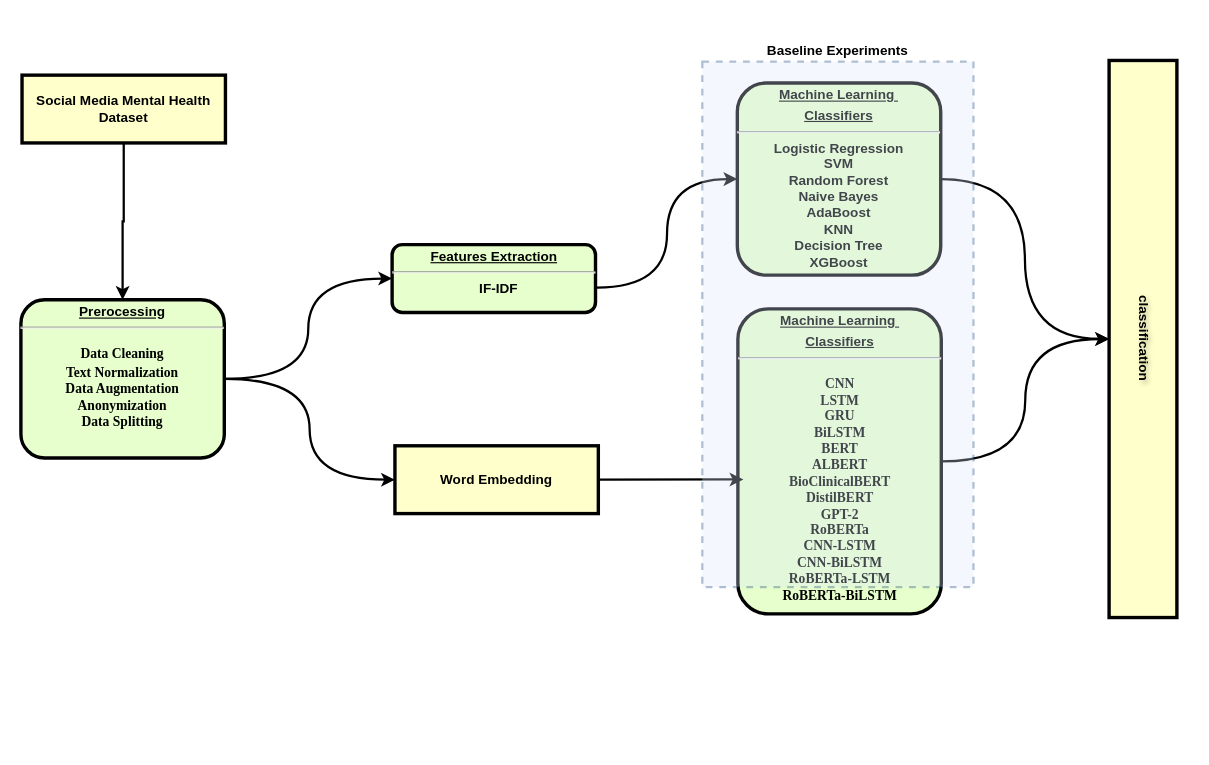
Before: 未命名绘图.drawio in JinboYao/mentalHealthPrediction, a draw.io diagram. Source tidied: cells renumbered, new cells numbered last; positions are measured from the earlier drawing's top-left corner, leaving out a move shared by most shapes. Both pictures are drawn from the tidied source at 113%, with x=0, y=0 at pixel (20, 60).
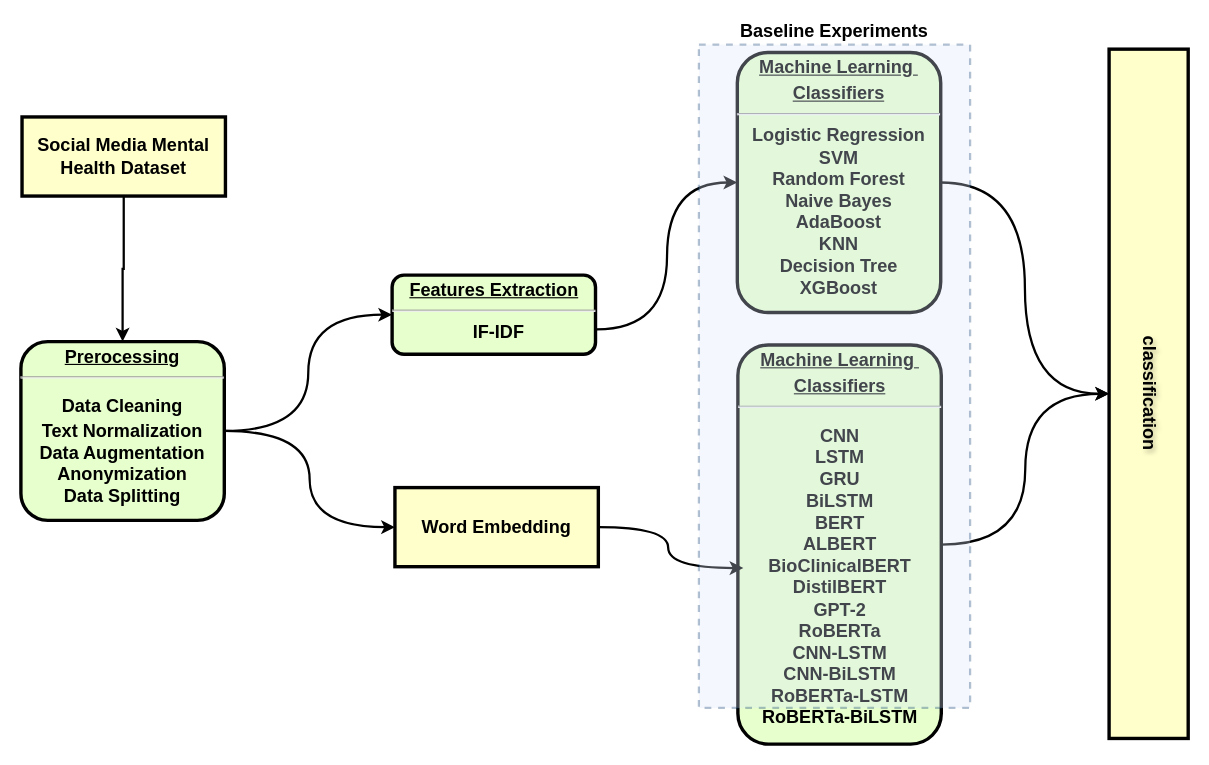
The same page after the edit.

Commit message:
更新未命名绘图.drawio

What changed in the source:
```diff
@@
 <mxGraphModel>
   <root>
     <mxCell id="0" />
     <mxCell id="1" parent="0" />
     <mxCell id="2" style="edgeStyle=orthogonalEdgeStyle;rounded=0;jettySize=auto;html=1;verticalAlign=top;strokeWidth=2;strokeColor=#000000;" parent="1" edge="1" source="3" target="6">
       <mxGeometry relative="1" as="geometry" />
     </mxCell>
-    <mxCell id="3" value="Social Media Mental Health Dataset" style="whiteSpace=wrap;align=center;verticalAlign=middle;fontStyle=1;strokeWidth=3;fillColor=#FFFFCC;" parent="1" vertex="1">
-      <mxGeometry x="1" y="13" width="180" height="60" as="geometry" />
+    <mxCell id="3" value="Social Media Mental Health Dataset" style="whiteSpace=wrap;align=center;verticalAlign=middle;fontStyle=1;strokeWidth=3;fillColor=#FFFFCC;fontSize=16;fontFamily=Helvetica;" parent="1" vertex="1">
+      <mxGeometry x="1" y="50" width="180" height="70" as="geometry" />
     </mxCell>
     <mxCell id="4" style="edgeStyle=orthogonalEdgeStyle;rounded=0;jettySize=auto;html=1;exitX=1;exitY=0.5;exitDx=0;exitDy=0;entryX=0;entryY=0.5;entryDx=0;entryDy=0;curved=1;strokeWidth=2;" parent="1" edge="1" source="6" target="8">
       <mxGeometry relative="1" as="geometry" />
     </mxCell>
     <mxCell id="5" style="edgeStyle=orthogonalEdgeStyle;rounded=0;jettySize=auto;html=1;entryX=0;entryY=0.5;entryDx=0;entryDy=0;curved=1;strokeWidth=2;" parent="1" edge="1" source="6" target="13">
       <mxGeometry relative="1" as="geometry" />
     </mxCell>
-    <mxCell id="6" value="&lt;p style=&quot;margin: 0px; margin-top: 4px; text-align: center; text-decoration: underline;&quot;&gt;&lt;strong&gt;Prerocessing&lt;br&gt;&lt;/strong&gt;&lt;/p&gt;&lt;hr&gt;&lt;h4 style=&quot;margin-top: 11pt; margin-bottom: 2pt;&quot;&gt;&lt;font style=&quot;font-size: 12px;&quot;&gt;&lt;span style=&quot;font-family: &amp;quot;Times New Roman&amp;quot;;&quot; dir=&quot;LTR&quot;&gt;Data Cleaning&lt;/span&gt;&lt;span style=&quot;font-family: &amp;quot;Times New Roman&amp;quot;;&quot;&gt;&lt;/span&gt;&lt;/font&gt;&lt;/h4&gt;&lt;div style=&quot;&quot;&gt;&lt;span style=&quot;font-family: &amp;quot;Times New Roman&amp;quot;;&quot; dir=&quot;LTR&quot;&gt;&lt;font style=&quot;font-size: 12px;&quot;&gt;Text Normalization&lt;/font&gt;&lt;/span&gt;&lt;/div&gt;&lt;div style=&quot;&quot;&gt;&lt;span style=&quot;font-family: &amp;quot;Times New Roman&amp;quot;; background-color: initial;&quot;&gt;&lt;font style=&quot;font-size: 12px;&quot;&gt;Data Augmentation&lt;/font&gt;&lt;/span&gt;&lt;/div&gt;&lt;div style=&quot;&quot;&gt;&lt;span style=&quot;font-family: &amp;quot;Times New Roman&amp;quot;; background-color: initial;&quot;&gt;&lt;font style=&quot;font-size: 12px;&quot;&gt;Anonymization&lt;/font&gt;&lt;/span&gt;&lt;/div&gt;&lt;div style=&quot;&quot;&gt;&lt;span style=&quot;font-family: &amp;quot;Times New Roman&amp;quot;; background-color: initial;&quot;&gt;&lt;font style=&quot;font-size: 12px;&quot;&gt;Data Splitting&lt;/font&gt;&lt;/span&gt;&lt;/div&gt;&lt;div style=&quot;&quot;&gt;&lt;span style=&quot;font-size: 10.5pt; font-family: &amp;quot;Times New Roman&amp;quot;; background-color: initial;&quot;&gt;&lt;br&gt;&lt;/span&gt;&lt;/div&gt;" style="verticalAlign=middle;align=center;overflow=fill;fontSize=12;fontFamily=Helvetica;html=1;rounded=1;fontStyle=1;strokeWidth=3;fillColor=#E6FFCC;" parent="1" vertex="1">
-      <mxGeometry y="211.8" width="180" height="140" as="geometry" />
+    <mxCell id="6" value="&lt;p style=&quot;margin: 4px 0px 0px; text-align: center; text-decoration: underline; font-size: 16px;&quot;&gt;&lt;strong style=&quot;font-size: 16px;&quot;&gt;&lt;font face=&quot;Helvetica&quot;&gt;Prerocessing&lt;br style=&quot;font-size: 16px;&quot;&gt;&lt;/font&gt;&lt;/strong&gt;&lt;/p&gt;&lt;hr style=&quot;font-size: 16px;&quot;&gt;&lt;h4 style=&quot;margin-top: 11pt; margin-bottom: 2pt; font-size: 16px;&quot;&gt;&lt;font face=&quot;jxqruCleWa-Uz67P-Egc&quot; style=&quot;font-size: 16px;&quot;&gt;&lt;span style=&quot;font-size: 16px;&quot; dir=&quot;LTR&quot;&gt;Data Cleaning&lt;/span&gt;&lt;span style=&quot;font-size: 16px;&quot;&gt;&lt;/span&gt;&lt;/font&gt;&lt;/h4&gt;&lt;div style=&quot;font-size: 16px;&quot;&gt;&lt;span style=&quot;font-size: 16px;&quot; dir=&quot;LTR&quot;&gt;&lt;font face=&quot;jxqruCleWa-Uz67P-Egc&quot; style=&quot;font-size: 16px;&quot;&gt;Text Normalization&lt;/font&gt;&lt;/span&gt;&lt;/div&gt;&lt;div style=&quot;font-size: 16px;&quot;&gt;&lt;span style=&quot;background-color: initial; font-size: 16px;&quot;&gt;&lt;font face=&quot;jxqruCleWa-Uz67P-Egc&quot; style=&quot;font-size: 16px;&quot;&gt;Data Augmentation&lt;/font&gt;&lt;/span&gt;&lt;/div&gt;&lt;div style=&quot;font-size: 16px;&quot;&gt;&lt;span style=&quot;background-color: initial; font-size: 16px;&quot;&gt;&lt;font face=&quot;jxqruCleWa-Uz67P-Egc&quot; style=&quot;font-size: 16px;&quot;&gt;Anonymization&lt;/font&gt;&lt;/span&gt;&lt;/div&gt;&lt;div style=&quot;font-size: 16px;&quot;&gt;&lt;span style=&quot;background-color: initial; font-size: 16px;&quot;&gt;&lt;font face=&quot;jxqruCleWa-Uz67P-Egc&quot; style=&quot;font-size: 16px;&quot;&gt;Data Splitting&lt;/font&gt;&lt;/span&gt;&lt;/div&gt;&lt;div style=&quot;font-size: 16px;&quot;&gt;&lt;span style=&quot;font-size: 16px; font-family: &amp;quot;Times New Roman&amp;quot;; background-color: initial;&quot;&gt;&lt;br style=&quot;font-size: 16px;&quot;&gt;&lt;/span&gt;&lt;/div&gt;" style="verticalAlign=middle;align=center;overflow=fill;fontSize=16;fontFamily=Helvetica;html=1;rounded=1;fontStyle=1;strokeWidth=3;fillColor=#E6FFCC;" parent="1" vertex="1">
+      <mxGeometry y="248.8" width="180" height="158.2" as="geometry" />
     </mxCell>
     <mxCell id="7" style="edgeStyle=orthogonalEdgeStyle;rounded=0;jettySize=auto;html=1;exitX=1;exitY=0.5;exitDx=0;exitDy=0;entryX=0;entryY=0.5;entryDx=0;entryDy=0;curved=1;strokeWidth=2;" parent="1" edge="1" target="10">
       <mxGeometry relative="1" as="geometry">
-        <mxPoint x="508.5" y="201" as="sourcePoint" />
+        <mxPoint x="508.5" y="238" as="sourcePoint" />
       </mxGeometry>
     </mxCell>
-    <mxCell id="8" value="&lt;p style=&quot;margin: 0px; margin-top: 4px; text-align: center; text-decoration: underline;&quot;&gt;&lt;strong&gt;Features Extraction&lt;/strong&gt;&lt;/p&gt;&lt;hr&gt;&lt;p style=&quot;margin: 0px; margin-left: 8px;&quot;&gt;IF-IDF&lt;/p&gt;" style="verticalAlign=middle;align=center;overflow=fill;fontSize=12;fontFamily=Helvetica;html=1;rounded=1;fontStyle=1;strokeWidth=3;fillColor=#E6FFCC;" parent="1" vertex="1">
-      <mxGeometry x="328.5" y="163" width="180" height="60" as="geometry" />
+    <mxCell id="8" value="&lt;p style=&quot;margin: 4px 0px 0px; text-align: center; text-decoration: underline; font-size: 16px;&quot;&gt;&lt;strong style=&quot;font-size: 16px;&quot;&gt;&lt;font face=&quot;Helvetica&quot;&gt;Features Extraction&lt;/font&gt;&lt;/strong&gt;&lt;/p&gt;&lt;hr style=&quot;font-size: 16px;&quot;&gt;&lt;p style=&quot;margin: 0px 0px 0px 8px; font-size: 16px;&quot;&gt;&lt;font face=&quot;DqDdRKLvFF2xLu6nzbZL&quot;&gt;IF-IDF&lt;/font&gt;&lt;/p&gt;" style="verticalAlign=middle;align=center;overflow=fill;fontSize=16;fontFamily=Helvetica;html=1;rounded=1;fontStyle=1;strokeWidth=3;fillColor=#E6FFCC;" parent="1" vertex="1">
+      <mxGeometry x="328.5" y="190" width="180" height="70" as="geometry" />
     </mxCell>
     <mxCell id="9" style="edgeStyle=orthogonalEdgeStyle;rounded=0;jettySize=auto;html=1;exitX=1;exitY=0.5;exitDx=0;exitDy=0;entryX=0.5;entryY=1;entryDx=0;entryDy=0;curved=1;strokeWidth=2;" parent="1" edge="1" source="10" target="14">
       <mxGeometry relative="1" as="geometry" />
     </mxCell>
-    <mxCell id="10" value="&lt;p style=&quot;margin: 4px 0px 0px; text-decoration: underline;&quot;&gt;Machine Learning&amp;nbsp;&lt;/p&gt;&lt;p style=&quot;margin: 4px 0px 0px; text-decoration: underline;&quot;&gt;Classifiers&lt;/p&gt;&lt;hr&gt;&lt;div style=&quot;&quot;&gt;&lt;font style=&quot;font-size: 12px;&quot; face=&quot;宋体&quot;&gt;Logistic Regression&lt;/font&gt;&lt;/div&gt;&lt;div style=&quot;&quot;&gt;&lt;font style=&quot;font-size: 12px;&quot; face=&quot;宋体&quot;&gt;SVM&lt;/font&gt;&lt;/div&gt;&lt;div style=&quot;&quot;&gt;&lt;font style=&quot;font-size: 12px;&quot; face=&quot;宋体&quot;&gt;Random Forest&lt;/font&gt;&lt;/div&gt;&lt;div style=&quot;&quot;&gt;&lt;font style=&quot;font-size: 12px;&quot; face=&quot;宋体&quot;&gt;Naive Bayes&lt;/font&gt;&lt;/div&gt;&lt;div style=&quot;&quot;&gt;&lt;font style=&quot;font-size: 12px;&quot; face=&quot;宋体&quot;&gt;AdaBoost&lt;/font&gt;&lt;/div&gt;&lt;div style=&quot;&quot;&gt;&lt;font style=&quot;font-size: 12px;&quot; face=&quot;宋体&quot;&gt;KNN&lt;/font&gt;&lt;/div&gt;&lt;div style=&quot;&quot;&gt;&lt;font style=&quot;font-size: 12px;&quot; face=&quot;宋体&quot;&gt;Decision Tree&lt;/font&gt;&lt;/div&gt;&lt;div style=&quot;&quot;&gt;&lt;font style=&quot;font-size: 12px;&quot; face=&quot;宋体&quot;&gt;XGBoost&lt;/font&gt;&lt;/div&gt;" style="verticalAlign=middle;align=center;overflow=fill;fontSize=12;fontFamily=Helvetica;html=1;rounded=1;fontStyle=1;strokeWidth=3;fillColor=#E6FFCC;" parent="1" vertex="1">
-      <mxGeometry x="634" y="20" width="180" height="170" as="geometry" />
+    <mxCell id="10" value="&lt;p style=&quot;margin: 4px 0px 0px; text-decoration: underline; font-size: 16px;&quot;&gt;&lt;font face=&quot;Helvetica&quot;&gt;Machine Learning&amp;nbsp;&lt;/font&gt;&lt;/p&gt;&lt;p style=&quot;margin: 4px 0px 0px; text-decoration: underline; font-size: 16px;&quot;&gt;&lt;font face=&quot;r1QTL9zH0StNO05adeCt&quot;&gt;Classifiers&lt;/font&gt;&lt;/p&gt;&lt;hr style=&quot;font-size: 16px;&quot;&gt;&lt;div style=&quot;font-size: 16px;&quot;&gt;&lt;font face=&quot;Helvetica&quot; style=&quot;font-size: 16px;&quot;&gt;Logistic Regression&lt;/font&gt;&lt;/div&gt;&lt;div style=&quot;font-size: 16px;&quot;&gt;&lt;font face=&quot;Jhj7KMNMLrSjtNdsGEg8&quot; style=&quot;font-size: 16px;&quot;&gt;SVM&lt;/font&gt;&lt;/div&gt;&lt;div style=&quot;font-size: 16px;&quot;&gt;&lt;font face=&quot;Jhj7KMNMLrSjtNdsGEg8&quot; style=&quot;font-size: 16px;&quot;&gt;Random Forest&lt;/font&gt;&lt;/div&gt;&lt;div style=&quot;font-size: 16px;&quot;&gt;&lt;font face=&quot;Jhj7KMNMLrSjtNdsGEg8&quot; style=&quot;font-size: 16px;&quot;&gt;Naive Bayes&lt;/font&gt;&lt;/div&gt;&lt;div style=&quot;font-size: 16px;&quot;&gt;&lt;font face=&quot;Jhj7KMNMLrSjtNdsGEg8&quot; style=&quot;font-size: 16px;&quot;&gt;AdaBoost&lt;/font&gt;&lt;/div&gt;&lt;div style=&quot;font-size: 16px;&quot;&gt;&lt;font face=&quot;Jhj7KMNMLrSjtNdsGEg8&quot; style=&quot;font-size: 16px;&quot;&gt;KNN&lt;/font&gt;&lt;/div&gt;&lt;div style=&quot;font-size: 16px;&quot;&gt;&lt;font face=&quot;Jhj7KMNMLrSjtNdsGEg8&quot; style=&quot;font-size: 16px;&quot;&gt;Decision Tree&lt;/font&gt;&lt;/div&gt;&lt;div style=&quot;font-size: 16px;&quot;&gt;&lt;font face=&quot;Jhj7KMNMLrSjtNdsGEg8&quot; style=&quot;font-size: 16px;&quot;&gt;XGBoost&lt;/font&gt;&lt;/div&gt;" style="verticalAlign=middle;align=center;overflow=fill;fontSize=16;fontFamily=Helvetica;html=1;rounded=1;fontStyle=1;strokeWidth=3;fillColor=#E6FFCC;" parent="1" vertex="1">
+      <mxGeometry x="634" y="-7" width="180" height="230" as="geometry" />
     </mxCell>
     <mxCell id="11" style="edgeStyle=orthogonalEdgeStyle;rounded=0;jettySize=auto;html=1;exitX=1;exitY=0.5;exitDx=0;exitDy=0;strokeWidth=2;curved=1;entryX=0.5;entryY=1;entryDx=0;entryDy=0;" parent="1" edge="1" source="12" target="14">
       <mxGeometry relative="1" as="geometry" />
     </mxCell>
-    <mxCell id="12" value="&lt;p style=&quot;text-decoration-line: underline; margin: 4px 0px 0px;&quot;&gt;&lt;font style=&quot;font-size: 12px;&quot;&gt;Machine Learning&amp;nbsp;&lt;/font&gt;&lt;/p&gt;&lt;p style=&quot;text-decoration-line: underline; margin: 4px 0px 0px;&quot;&gt;&lt;font style=&quot;font-size: 12px;&quot;&gt;Classifiers&lt;/font&gt;&lt;/p&gt;&lt;hr&gt;&lt;p style=&quot;margin-top: 11pt; margin-bottom: 2pt;&quot;&gt;&lt;font style=&quot;font-size: 12px;&quot;&gt;&lt;font style=&quot;font-size: 12px;&quot; face=&quot;Times New Roman&quot;&gt;CNN&lt;br&gt;&lt;/font&gt;&lt;font style=&quot;font-size: 12px;&quot; face=&quot;Times New Roman&quot;&gt;LSTM&lt;br&gt;&lt;/font&gt;&lt;font style=&quot;font-size: 12px;&quot; face=&quot;Times New Roman&quot;&gt;GRU&lt;br&gt;&lt;/font&gt;&lt;font style=&quot;font-size: 12px;&quot; face=&quot;Times New Roman&quot;&gt;BiLSTM&lt;br&gt;&lt;/font&gt;&lt;font style=&quot;font-size: 12px;&quot; face=&quot;Times New Roman&quot;&gt;BERT&lt;br&gt;&lt;/font&gt;&lt;font style=&quot;font-size: 12px;&quot; face=&quot;Times New Roman&quot;&gt;ALBERT&lt;br&gt;&lt;/font&gt;&lt;font style=&quot;font-size: 12px;&quot; face=&quot;Times New Roman&quot;&gt;BioClinicalBERT&lt;br&gt;&lt;/font&gt;&lt;font style=&quot;font-size: 12px;&quot; face=&quot;Times New Roman&quot;&gt;DistilBERT&lt;br&gt;&lt;/font&gt;&lt;font style=&quot;font-size: 12px;&quot; face=&quot;Times New Roman&quot;&gt;GPT-2&lt;br&gt;&lt;/font&gt;&lt;font style=&quot;font-size: 12px;&quot; face=&quot;Times New Roman&quot;&gt;RoBERTa&lt;br&gt;&lt;/font&gt;&lt;font style=&quot;font-size: 12px;&quot; face=&quot;Times New Roman&quot;&gt;CNN-LSTM&lt;br&gt;&lt;/font&gt;&lt;font style=&quot;font-size: 12px;&quot; face=&quot;Times New Roman&quot;&gt;CNN-BiLSTM&lt;br&gt;&lt;/font&gt;&lt;font style=&quot;font-size: 12px;&quot; face=&quot;Times New Roman&quot;&gt;RoBERTa-LSTM&lt;br&gt;&lt;/font&gt;&lt;font style=&quot;font-size: 12px;&quot; face=&quot;Times New Roman&quot;&gt;RoBERTa-BiLSTM&lt;/font&gt;&lt;/font&gt;&lt;/p&gt;" style="verticalAlign=middle;align=center;overflow=fill;fontSize=12;fontFamily=Helvetica;html=1;rounded=1;fontStyle=1;strokeWidth=3;fillColor=#E6FFCC;" parent="1" vertex="1">
-      <mxGeometry x="634.5" y="219.8" width="180" height="270" as="geometry" />
+    <mxCell id="12" value="&lt;p style=&quot;text-decoration-line: underline; margin: 4px 0px 0px; font-size: 16px;&quot;&gt;&lt;font face=&quot;Helvetica&quot; style=&quot;font-size: 16px;&quot;&gt;Machine Learning&amp;nbsp;&lt;/font&gt;&lt;/p&gt;&lt;p style=&quot;text-decoration-line: underline; margin: 4px 0px 0px; font-size: 16px;&quot;&gt;&lt;font face=&quot;hfR8AvPXIUC468f-BFwY&quot; style=&quot;font-size: 16px;&quot;&gt;Classifiers&lt;/font&gt;&lt;/p&gt;&lt;hr style=&quot;font-size: 16px;&quot;&gt;&lt;p style=&quot;margin-top: 11pt; margin-bottom: 2pt; font-size: 16px;&quot;&gt;&lt;font face=&quot;Helvetica&quot; style=&quot;font-size: 16px;&quot;&gt;&lt;font style=&quot;font-size: 16px;&quot;&gt;CNN&lt;br style=&quot;font-size: 16px;&quot;&gt;&lt;/font&gt;&lt;font style=&quot;font-size: 16px;&quot;&gt;LSTM&lt;br style=&quot;font-size: 16px;&quot;&gt;&lt;/font&gt;&lt;font style=&quot;font-size: 16px;&quot;&gt;GRU&lt;br style=&quot;font-size: 16px;&quot;&gt;&lt;/font&gt;&lt;font style=&quot;font-size: 16px;&quot;&gt;BiLSTM&lt;br style=&quot;font-size: 16px;&quot;&gt;&lt;/font&gt;&lt;font style=&quot;font-size: 16px;&quot;&gt;BERT&lt;br style=&quot;font-size: 16px;&quot;&gt;&lt;/font&gt;&lt;font style=&quot;font-size: 16px;&quot;&gt;ALBERT&lt;br style=&quot;font-size: 16px;&quot;&gt;&lt;/font&gt;&lt;font style=&quot;font-size: 16px;&quot;&gt;BioClinicalBERT&lt;br style=&quot;font-size: 16px;&quot;&gt;&lt;/font&gt;&lt;font style=&quot;font-size: 16px;&quot;&gt;DistilBERT&lt;br style=&quot;font-size: 16px;&quot;&gt;&lt;/font&gt;&lt;font style=&quot;font-size: 16px;&quot;&gt;GPT-2&lt;br style=&quot;font-size: 16px;&quot;&gt;&lt;/font&gt;&lt;font style=&quot;font-size: 16px;&quot;&gt;RoBERTa&lt;br style=&quot;font-size: 16px;&quot;&gt;&lt;/font&gt;&lt;font style=&quot;font-size: 16px;&quot;&gt;CNN-LSTM&lt;br style=&quot;font-size: 16px;&quot;&gt;&lt;/font&gt;&lt;font style=&quot;font-size: 16px;&quot;&gt;CNN-BiLSTM&lt;br style=&quot;font-size: 16px;&quot;&gt;&lt;/font&gt;&lt;font style=&quot;font-size: 16px;&quot;&gt;RoBERTa-LSTM&lt;br style=&quot;font-size: 16px;&quot;&gt;&lt;/font&gt;&lt;font style=&quot;font-size: 16px;&quot;&gt;RoBERTa-BiLSTM&lt;/font&gt;&lt;/font&gt;&lt;/p&gt;" style="verticalAlign=middle;align=center;overflow=fill;fontSize=16;fontFamily=Helvetica;html=1;rounded=1;fontStyle=1;strokeWidth=3;fillColor=#E6FFCC;" parent="1" vertex="1">
+      <mxGeometry x="634.5" y="251.8" width="180" height="353.2" as="geometry" />
     </mxCell>
-    <mxCell id="13" value="Word Embedding" style="whiteSpace=wrap;align=center;verticalAlign=middle;fontStyle=1;strokeWidth=3;fillColor=#FFFFCC;" parent="1" vertex="1">
-      <mxGeometry x="331" y="341" width="180" height="60" as="geometry" />
+    <mxCell id="13" value="Word Embedding" style="whiteSpace=wrap;align=center;verticalAlign=middle;fontStyle=1;strokeWidth=3;fillColor=#FFFFCC;fontSize=16;fontFamily=Helvetica;" parent="1" vertex="1">
+      <mxGeometry x="331" y="378" width="180" height="70" as="geometry" />
     </mxCell>
-    <mxCell id="14" value="classification" style="whiteSpace=wrap;align=center;verticalAlign=middle;fontStyle=1;strokeWidth=3;fillColor=#FFFFCC;flipV=0;direction=south;textShadow=1;textDirection=vertical-lr;fontFamily=Helvetica;fontSize=12;" parent="1" vertex="1">
-      <mxGeometry x="963" width="60" height="493" as="geometry" />
+    <mxCell id="14" value="classification" style="whiteSpace=wrap;align=center;verticalAlign=middle;fontStyle=1;strokeWidth=3;fillColor=#FFFFCC;flipV=0;direction=south;textShadow=1;textDirection=vertical-lr;fontFamily=Helvetica;fontSize=16;horizontal=1;spacingTop=0;spacing=2;" parent="1" vertex="1">
+      <mxGeometry x="963" y="-10" width="70" height="610" as="geometry" />
     </mxCell>
     <mxCell id="15" style="edgeStyle=orthogonalEdgeStyle;rounded=0;jettySize=auto;html=1;exitX=1;exitY=0.5;exitDx=0;exitDy=0;entryX=0.027;entryY=0.559;entryDx=0;entryDy=0;entryPerimeter=0;curved=1;strokeWidth=2;" parent="1" edge="1" source="13" target="12">
       <mxGeometry relative="1" as="geometry" />
     </mxCell>
-    <mxCell id="16" value="&lt;b&gt;Baseline Experiments&lt;/b&gt;" style="rounded=0;whiteSpace=wrap;html=1;opacity=30;fillColor=#dae8fc;strokeColor=#003366;labelPosition=center;verticalLabelPosition=top;align=center;verticalAlign=bottom;dashed=1;strokeWidth=2;" parent="1" vertex="1">
-      <mxGeometry x="603" y="1" width="240" height="465" as="geometry" />
+    <mxCell id="16" value="&lt;b style=&quot;font-size: 16px;&quot;&gt;Baseline Experiments&lt;/b&gt;" style="rounded=0;whiteSpace=wrap;html=1;opacity=30;fillColor=#dae8fc;strokeColor=#003366;labelPosition=center;verticalLabelPosition=top;align=center;verticalAlign=bottom;dashed=1;strokeWidth=2;fontSize=16;" parent="1" vertex="1">
+      <mxGeometry x="600" y="-14" width="240" height="587" as="geometry" />
     </mxCell>
   </root>
 </mxGraphModel>
```
